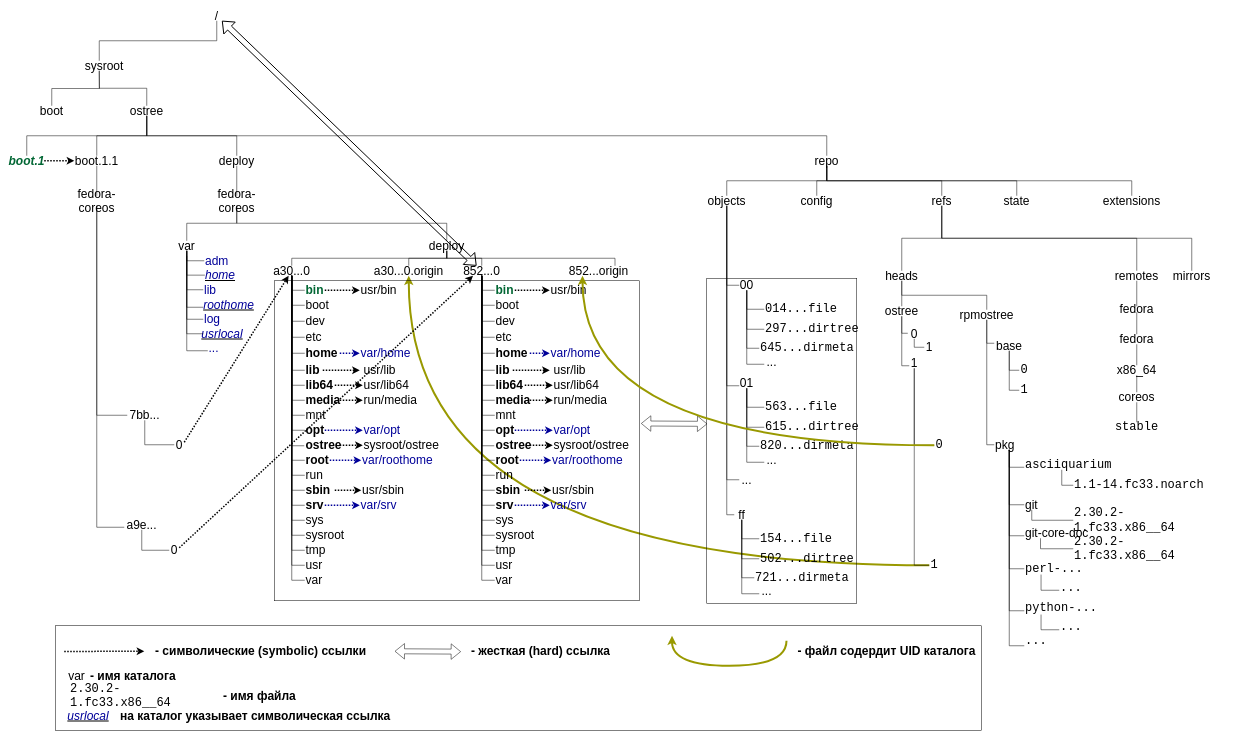
Above: Images/rootTree.drawio in kafnevod/ALT-CoreOs (draw.io), before the change. Source tidied: cells renumbered, new cells numbered last; positions are measured from the earlier drawing's top-left corner, leaving out a move shared by most shapes. Both pictures are drawn from the tidied source at 50%, with x=0, y=0 at pixel (9, 10).
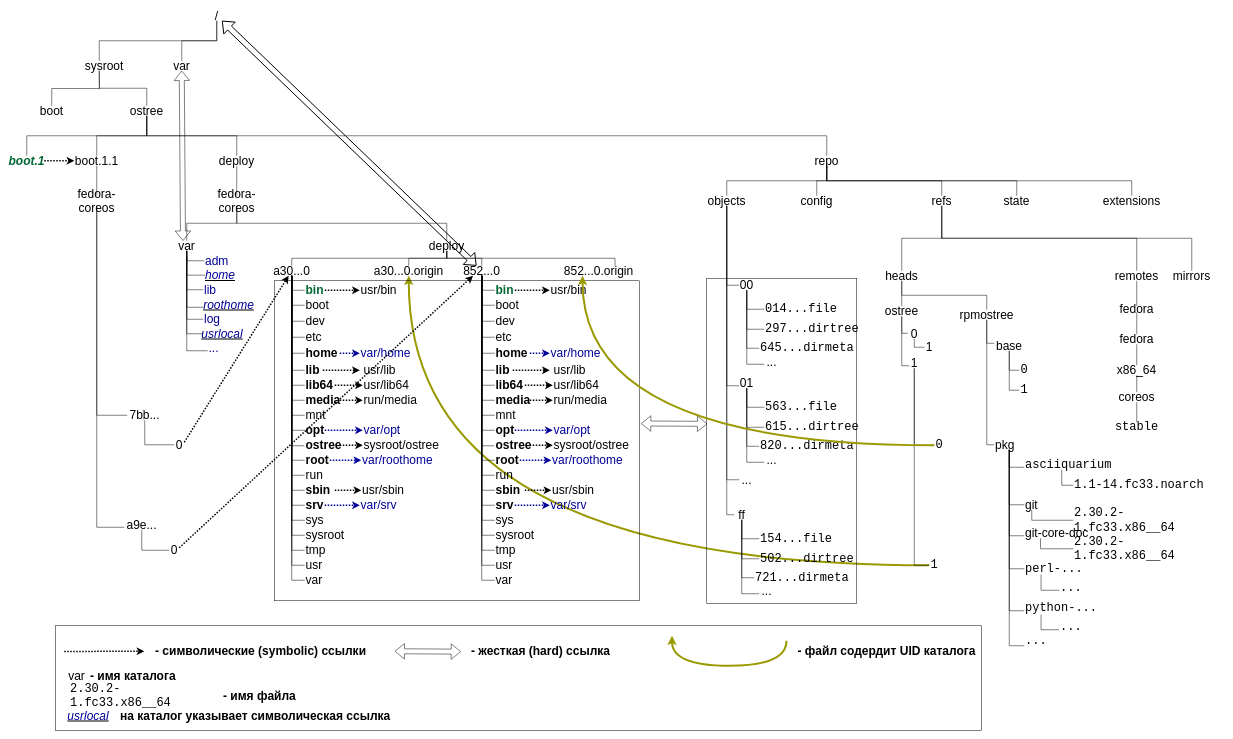
After the change.

The change refers to these unchanged cells:
```xml
<mxCell id="25" value="&lt;font style=&quot;font-size: 24px&quot;&gt;/&lt;/font&gt;" style="text;html=1;strokeColor=none;fillColor=none;align=center;verticalAlign=middle;whiteSpace=wrap;rounded=0;" parent="1" vertex="1">
  <mxGeometry x="370" width="90" height="20" as="geometry" />
</mxCell>
<mxCell id="30" value="&lt;font style=&quot;font-size: 24px&quot;&gt;var&lt;/font&gt;" style="text;html=1;strokeColor=none;fillColor=none;align=center;verticalAlign=middle;whiteSpace=wrap;rounded=0;" parent="1" vertex="1">
  <mxGeometry x="340" y="460" width="30" height="20" as="geometry" />
</mxCell>
```

Change to the diagram source:
```diff
@@
-    <mxCell id="113" value="&lt;font style=&quot;font-size: 24px&quot;&gt;852...origin&lt;/font&gt;" style="text;html=1;strokeColor=none;fillColor=none;align=center;verticalAlign=middle;whiteSpace=wrap;rounded=0;" parent="1" vertex="1">
+    <mxCell id="113" value="&lt;font style=&quot;font-size: 24px&quot;&gt;852...0.origin&lt;/font&gt;" style="text;html=1;strokeColor=none;fillColor=none;align=center;verticalAlign=middle;whiteSpace=wrap;rounded=0;" parent="1" vertex="1">
       <mxGeometry x="1114" y="510" width="130" height="20" as="geometry" />
     </mxCell>
@@
+    <mxCell id="300" value="&lt;font style=&quot;font-size: 24px&quot;&gt;var&lt;/font&gt;" style="text;html=1;strokeColor=none;fillColor=none;align=center;verticalAlign=middle;whiteSpace=wrap;rounded=0;" parent="1" vertex="1">
+      <mxGeometry x="330" y="100" width="30" height="20" as="geometry" />
+    </mxCell>
+    <mxCell id="301" style="shape=flexArrow;endArrow=classic;startArrow=classic;html=1;shadow=0;strokeColor=#000000;strokeWidth=1;exitX=0.25;exitY=0;exitDx=0;exitDy=0;entryX=0.5;entryY=1;entryDx=0;entryDy=0;" parent="1" edge="1" source="30" target="300">
+      <mxGeometry relative="1" as="geometry" />
+    </mxCell>
+    <mxCell id="302" style="endArrow=none;html=1;shadow=0;strokeColor=#000000;strokeWidth=1;exitX=0.5;exitY=0;exitDx=0;exitDy=0;edgeStyle=orthogonalEdgeStyle;rounded=0;" parent="1" edge="1" source="300" target="25">
+      <mxGeometry relative="1" as="geometry" />
+    </mxCell>
```
